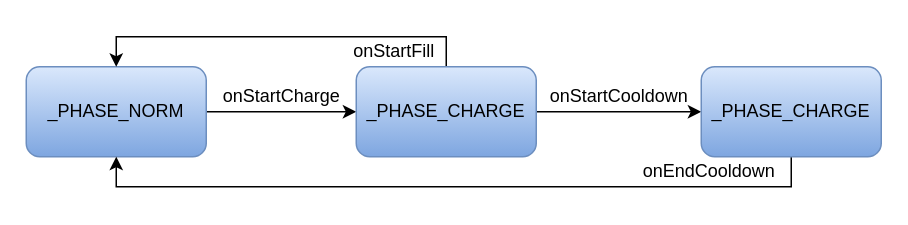
This is SATB/Charge Cooldown Modules ATB Phases.drawio from Double-X/DoubleX-RMMV-Superlative-Active-Time-Battle-SATB-, a draw.io file, before an edit. Source tidied: cells renumbered, new cells numbered last; positions are measured from the earlier drawing's top-left corner, leaving out a move shared by most shapes. Both pictures are drawn from the tidied source at 150%, with x=0, y=0 at pixel (26, 36).
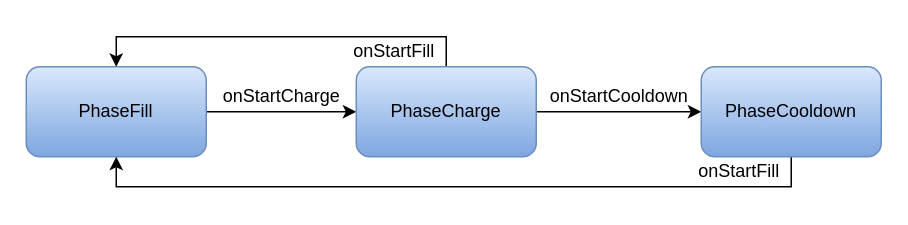
The same page after the edit.

The edit, as a diff of the source:
```diff
@@
 <mxGraphModel>
   <root>
     <mxCell id="0" />
     <mxCell id="1" parent="0" />
     <mxCell id="2" style="edgeStyle=orthogonalEdgeStyle;rounded=0;jettySize=auto;html=1;exitX=1;exitY=0.5;exitDx=0;exitDy=0;entryX=0;entryY=0.5;entryDx=0;entryDy=0;" parent="1" edge="1" source="3" target="6">
       <mxGeometry relative="1" as="geometry" />
     </mxCell>
-    <mxCell id="3" value="_PHASE_NORM" style="rounded=1;whiteSpace=wrap;html=1;gradientColor=#7ea6e0;fillColor=#dae8fc;strokeColor=#6c8ebf;" parent="1" vertex="1">
+    <mxCell id="3" value="PhaseFill" style="rounded=1;whiteSpace=wrap;html=1;gradientColor=#7ea6e0;fillColor=#dae8fc;strokeColor=#6c8ebf;" parent="1" vertex="1">
       <mxGeometry y="20" width="120" height="60" as="geometry" />
     </mxCell>
     <mxCell id="4" style="edgeStyle=orthogonalEdgeStyle;rounded=0;jettySize=auto;html=1;exitX=1;exitY=0.5;exitDx=0;exitDy=0;entryX=0;entryY=0.5;entryDx=0;entryDy=0;" parent="1" edge="1" source="6" target="9">
       <mxGeometry relative="1" as="geometry" />
     </mxCell>
     <mxCell id="5" style="edgeStyle=orthogonalEdgeStyle;rounded=0;jettySize=auto;html=1;exitX=0.5;exitY=0;exitDx=0;exitDy=0;entryX=0.5;entryY=0;entryDx=0;entryDy=0;" parent="1" edge="1" source="6" target="3">
       <mxGeometry relative="1" as="geometry" />
     </mxCell>
-    <mxCell id="6" value="_PHASE_CHARGE" style="rounded=1;whiteSpace=wrap;html=1;gradientColor=#7ea6e0;fillColor=#dae8fc;strokeColor=#6c8ebf;" parent="1" vertex="1">
+    <mxCell id="6" value="PhaseCharge" style="rounded=1;whiteSpace=wrap;html=1;gradientColor=#7ea6e0;fillColor=#dae8fc;strokeColor=#6c8ebf;" parent="1" vertex="1">
       <mxGeometry x="220" y="20" width="120" height="60" as="geometry" />
     </mxCell>
     <mxCell id="7" value="onStartCharge" style="text;html=1;align=center;verticalAlign=middle;" parent="1" vertex="1">
       <mxGeometry x="120" y="30" width="100" height="20" as="geometry" />
     </mxCell>
     <mxCell id="8" style="edgeStyle=orthogonalEdgeStyle;rounded=0;jettySize=auto;html=1;exitX=0.5;exitY=1;exitDx=0;exitDy=0;entryX=0.5;entryY=1;entryDx=0;entryDy=0;" parent="1" edge="1" source="9" target="3">
       <mxGeometry relative="1" as="geometry" />
     </mxCell>
-    <mxCell id="9" value="_PHASE_CHARGE" style="rounded=1;whiteSpace=wrap;html=1;gradientColor=#7ea6e0;fillColor=#dae8fc;strokeColor=#6c8ebf;" parent="1" vertex="1">
+    <mxCell id="9" value="PhaseCooldown" style="rounded=1;whiteSpace=wrap;html=1;gradientColor=#7ea6e0;fillColor=#dae8fc;strokeColor=#6c8ebf;" parent="1" vertex="1">
       <mxGeometry x="450" y="20" width="120" height="60" as="geometry" />
     </mxCell>
     <mxCell id="10" value="onStartCooldown" style="text;html=1;align=center;verticalAlign=middle;" parent="1" vertex="1">
       <mxGeometry x="340" y="30" width="110" height="20" as="geometry" />
     </mxCell>
     <mxCell id="11" value="onStartFill" style="text;html=1;align=center;verticalAlign=middle;" parent="1" vertex="1">
       <mxGeometry x="210" width="70" height="20" as="geometry" />
     </mxCell>
-    <mxCell id="12" value="onEndCooldown" style="text;html=1;align=center;verticalAlign=middle;" parent="1" vertex="1">
-      <mxGeometry x="400" y="80" width="110" height="20" as="geometry" />
+    <mxCell id="12" value="onStartFill" style="text;html=1;align=center;verticalAlign=middle;" parent="1" vertex="1">
+      <mxGeometry x="440" y="80" width="70" height="20" as="geometry" />
     </mxCell>
   </root>
 </mxGraphModel>
```
